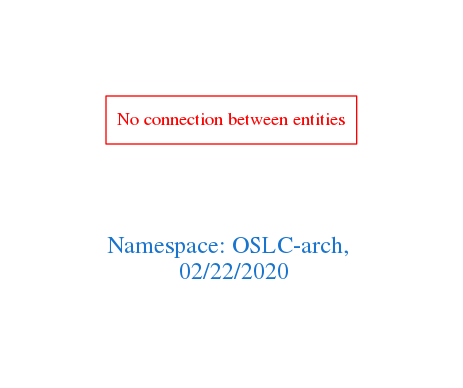
This is downloads/OSLC-arch.png from arago/OGIT, a Graphviz export, as it was before one commit. Its source is kept beside it as downloads/OSLC-arch.dot.
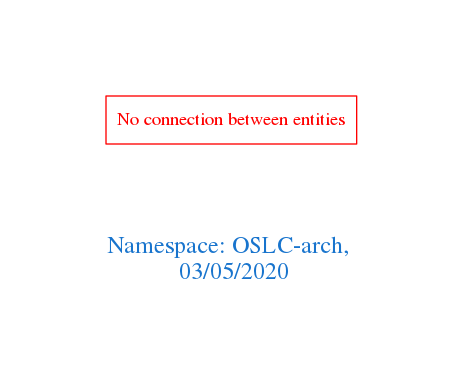
The same diagram one commit later.

What changed in the source:
```diff
@@ -1,7 +1,7 @@
 digraph OGIT_ontology {
  graph [ rankdir= LR,pad=1
 fontsize = 18,
-fontcolor= dodgerblue3,label = "\n\n\nNamespace: OSLC-arch, \n 02/22/2020"];
+fontcolor= dodgerblue3,label = "\n\n\nNamespace: OSLC-arch, \n 03/05/2020"];
 node[shape=polygon];
 edge [  color="gray81"];
 
```
